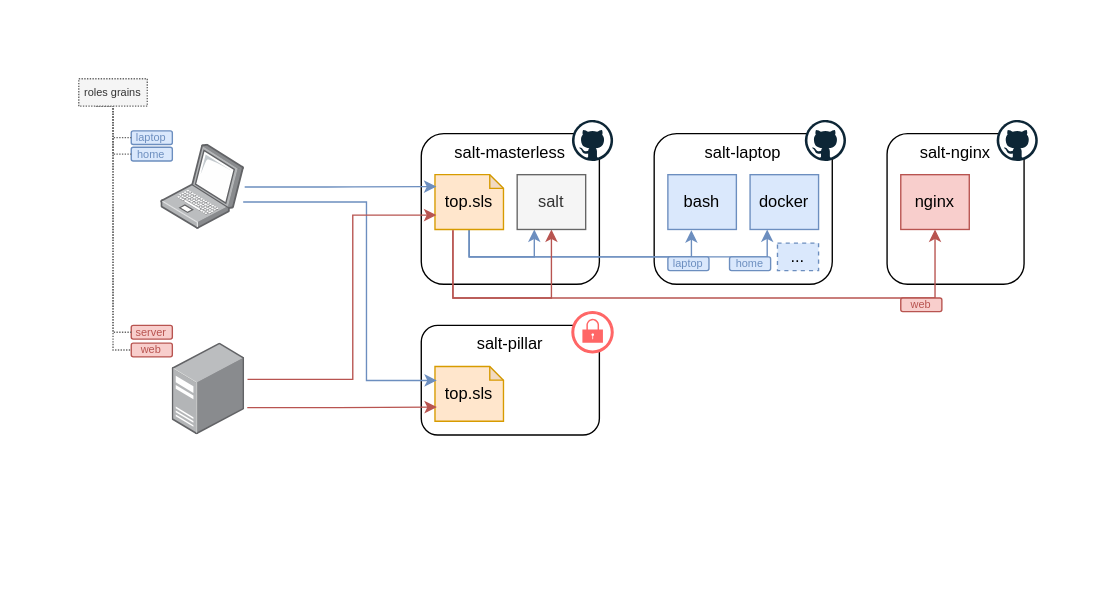
Above: docs/diagram.drawio in ralex/salt-masterless (draw.io), before the change. Source tidied: cells renumbered, new cells numbered last; positions are measured from the earlier drawing's top-left corner, leaving out a move shared by most shapes. Both pictures are drawn from the tidied source at 137%, with x=0, y=0 at pixel (23, 23).
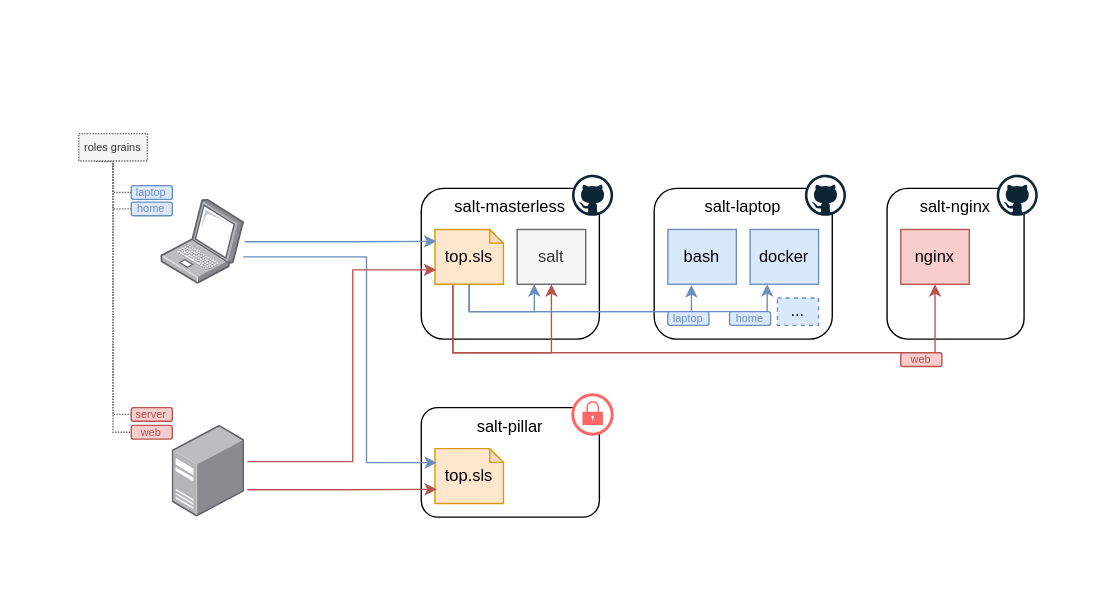
Above is the later version.

The edit, as a diff of the source:
```diff
@@
+    <mxCell id="46" style="group;" parent="1" vertex="1">
+      <mxGeometry y="40" width="780" height="360" as="geometry" />
+    </mxCell>
-    <mxCell id="2" style="rounded=0;whiteSpace=wrap;html=1;shadow=0;glass=0;dashed=1;dashPattern=1 1;sketch=0;fontSize=8;fontColor=#B85450;strokeColor=none;" parent="1" vertex="1">
-      <mxGeometry width="780" height="340" as="geometry" />
+    <mxCell id="2" style="rounded=0;whiteSpace=wrap;html=1;shadow=0;glass=0;dashed=1;dashPattern=1 1;sketch=0;fontSize=8;fontColor=#B85450;strokeColor=none;" parent="46" vertex="1">
+      <mxGeometry width="780" height="360" as="geometry" />
     </mxCell>
-    <mxCell id="3" value="salt-laptop" style="rounded=1;whiteSpace=wrap;html=1;verticalAlign=top;" parent="1" vertex="1">
+    <mxCell id="3" value="salt-laptop" style="rounded=1;whiteSpace=wrap;html=1;verticalAlign=top;" parent="46" vertex="1">
       <mxGeometry x="460" y="80" width="130" height="110" as="geometry" />
     </mxCell>
-    <mxCell id="4" value="..." style="rounded=0;whiteSpace=wrap;html=1;fillColor=#dae8fc;strokeColor=#6c8ebf;dashed=1;" parent="1" vertex="1">
+    <mxCell id="4" value="..." style="rounded=0;whiteSpace=wrap;html=1;fillColor=#dae8fc;strokeColor=#6c8ebf;dashed=1;" parent="46" vertex="1">
       <mxGeometry x="550" y="160" width="30" height="20" as="geometry" />
     </mxCell>
-    <mxCell id="5" style="group;" parent="1" vertex="1">
+    <mxCell id="5" style="group;" parent="46" vertex="1">
       <mxGeometry x="290" y="70" width="140" height="120" as="geometry" />
     </mxCell>
@@
-    <mxCell id="8" style="edgeStyle=orthogonalEdgeStyle;rounded=0;jettySize=auto;html=1;exitX=0.5;exitY=1;exitDx=0;exitDy=0;exitPerimeter=0;entryX=0.25;entryY=1;entryDx=0;entryDy=0;fillColor=#dae8fc;strokeColor=#6c8ebf;" parent="1" edge="1" source="12" target="13">
-      <mxGeometry relative="1" as="geometry" />
-    </mxCell>
-    <mxCell id="9" style="edgeStyle=orthogonalEdgeStyle;rounded=0;jettySize=auto;html=1;exitX=0.5;exitY=1;exitDx=0;exitDy=0;exitPerimeter=0;entryX=0.343;entryY=1.014;entryDx=0;entryDy=0;entryPerimeter=0;fillColor=#dae8fc;strokeColor=#6c8ebf;" parent="1" edge="1" source="12" target="16">
-      <mxGeometry relative="1" as="geometry" />
-    </mxCell>
-    <mxCell id="10" style="edgeStyle=orthogonalEdgeStyle;rounded=0;jettySize=auto;html=1;exitX=0.5;exitY=1;exitDx=0;exitDy=0;exitPerimeter=0;entryX=0.25;entryY=1;entryDx=0;entryDy=0;fillColor=#dae8fc;strokeColor=#6c8ebf;" parent="1" edge="1" source="12" target="17">
-      <mxGeometry relative="1" as="geometry" />
-    </mxCell>
-    <mxCell id="11" style="edgeStyle=elbowEdgeStyle;rounded=0;jettySize=auto;html=1;exitX=0.263;exitY=1.011;exitDx=0;exitDy=0;exitPerimeter=0;entryX=0.5;entryY=1;entryDx=0;entryDy=0;fillColor=#f8cecc;strokeColor=#b85450;" parent="1" edge="1" source="12" target="13">
-      <mxGeometry relative="1" as="geometry">
-        <Array as="points">
-          <mxPoint x="350" y="200" />
-        </Array>
-      </mxGeometry>
-    </mxCell>
-    <mxCell id="12" value="top.sls" style="shape=note;whiteSpace=wrap;html=1;backgroundOutline=1;darkOpacity=0.05;size=10;fillColor=#ffe6cc;strokeColor=#d79b00;" parent="1" vertex="1">
+    <mxCell id="12" value="top.sls" style="shape=note;whiteSpace=wrap;html=1;backgroundOutline=1;darkOpacity=0.05;size=10;fillColor=#ffe6cc;strokeColor=#d79b00;" parent="46" vertex="1">
       <mxGeometry x="300" y="110" width="50" height="40" as="geometry" />
     </mxCell>
-    <mxCell id="13" value="salt" style="rounded=0;whiteSpace=wrap;html=1;fillColor=#f5f5f5;strokeColor=#666666;fontColor=#333333;" parent="1" vertex="1">
+    <mxCell id="13" value="salt" style="rounded=0;whiteSpace=wrap;html=1;fillColor=#f5f5f5;strokeColor=#666666;fontColor=#333333;" parent="46" vertex="1">
       <mxGeometry x="360" y="110" width="50" height="40" as="geometry" />
     </mxCell>
+    <mxCell id="8" style="edgeStyle=orthogonalEdgeStyle;rounded=0;jettySize=auto;html=1;exitX=0.5;exitY=1;exitDx=0;exitDy=0;exitPerimeter=0;entryX=0.25;entryY=1;entryDx=0;entryDy=0;fillColor=#dae8fc;strokeColor=#6c8ebf;" parent="46" edge="1" source="12" target="13">
+      <mxGeometry relative="1" as="geometry" />
+    </mxCell>
+    <mxCell id="11" style="edgeStyle=elbowEdgeStyle;rounded=0;jettySize=auto;html=1;exitX=0.263;exitY=1.011;exitDx=0;exitDy=0;exitPerimeter=0;entryX=0.5;entryY=1;entryDx=0;entryDy=0;fillColor=#f8cecc;strokeColor=#b85450;" parent="46" edge="1" source="12" target="13">
+      <mxGeometry relative="1" as="geometry">
+        <Array as="points">
+          <mxPoint x="350" y="200" />
+        </Array>
+      </mxGeometry>
+    </mxCell>
-    <mxCell id="14" style="group;" parent="1" vertex="1">
+    <mxCell id="14" style="group;" parent="46" vertex="1">
       <mxGeometry x="460" y="70" width="140" height="90" as="geometry" />
     </mxCell>
@@
-    <mxCell id="16" value="bash" style="rounded=0;whiteSpace=wrap;html=1;fillColor=#dae8fc;strokeColor=#6c8ebf;" parent="1" vertex="1">
+    <mxCell id="16" value="bash" style="rounded=0;whiteSpace=wrap;html=1;fillColor=#dae8fc;strokeColor=#6c8ebf;" parent="46" vertex="1">
       <mxGeometry x="470" y="110" width="50" height="40" as="geometry" />
     </mxCell>
+    <mxCell id="9" style="edgeStyle=orthogonalEdgeStyle;rounded=0;jettySize=auto;html=1;exitX=0.5;exitY=1;exitDx=0;exitDy=0;exitPerimeter=0;entryX=0.343;entryY=1.014;entryDx=0;entryDy=0;entryPerimeter=0;fillColor=#dae8fc;strokeColor=#6c8ebf;" parent="46" edge="1" source="12" target="16">
+      <mxGeometry relative="1" as="geometry" />
+    </mxCell>
-    <mxCell id="17" value="docker" style="rounded=0;whiteSpace=wrap;html=1;fillColor=#dae8fc;strokeColor=#6c8ebf;" parent="1" vertex="1">
+    <mxCell id="17" value="docker" style="rounded=0;whiteSpace=wrap;html=1;fillColor=#dae8fc;strokeColor=#6c8ebf;" parent="46" vertex="1">
       <mxGeometry x="530" y="110" width="50" height="40" as="geometry" />
     </mxCell>
+    <mxCell id="10" style="edgeStyle=orthogonalEdgeStyle;rounded=0;jettySize=auto;html=1;exitX=0.5;exitY=1;exitDx=0;exitDy=0;exitPerimeter=0;entryX=0.25;entryY=1;entryDx=0;entryDy=0;fillColor=#dae8fc;strokeColor=#6c8ebf;" parent="46" edge="1" source="12" target="17">
+      <mxGeometry relative="1" as="geometry" />
+    </mxCell>
-    <mxCell id="18" value="salt-pillar" style="rounded=1;whiteSpace=wrap;html=1;verticalAlign=top;" parent="1" vertex="1">
-      <mxGeometry x="290" y="220" width="130" height="80" as="geometry" />
+    <mxCell id="18" value="salt-pillar" style="rounded=1;whiteSpace=wrap;html=1;verticalAlign=top;" parent="46" vertex="1">
+      <mxGeometry x="290" y="240" width="130" height="80" as="geometry" />
     </mxCell>
-    <mxCell id="19" style="group;" parent="1" vertex="1">
-      <mxGeometry x="400" y="210" width="30" height="30" as="geometry" />
+    <mxCell id="19" style="group;" parent="46" vertex="1">
+      <mxGeometry x="400" y="230" width="30" height="30" as="geometry" />
     </mxCell>
@@
-    <mxCell id="22" value="top.sls" style="shape=note;whiteSpace=wrap;html=1;backgroundOutline=1;darkOpacity=0.05;size=10;fillColor=#ffe6cc;strokeColor=#d79b00;" parent="1" vertex="1">
-      <mxGeometry x="300" y="250" width="50" height="40" as="geometry" />
+    <mxCell id="22" value="top.sls" style="shape=note;whiteSpace=wrap;html=1;backgroundOutline=1;darkOpacity=0.05;size=10;fillColor=#ffe6cc;strokeColor=#d79b00;" parent="46" vertex="1">
+      <mxGeometry x="300" y="270" width="50" height="40" as="geometry" />
     </mxCell>
-    <mxCell id="23" style="points=[];html=1;align=center;shadow=0;dashed=0;image;image=img/lib/allied_telesis/computer_and_terminals/Laptop.svg;" parent="1" vertex="1">
+    <mxCell id="23" style="points=[];html=1;align=center;shadow=0;dashed=0;image;image=img/lib/allied_telesis/computer_and_terminals/Laptop.svg;" parent="46" vertex="1">
       <mxGeometry x="100" y="88" width="61.1" height="62" as="geometry" />
     </mxCell>
-    <mxCell id="24" style="endArrow=classic;html=1;entryX=0.02;entryY=0.217;entryDx=0;entryDy=0;entryPerimeter=0;fillColor=#dae8fc;strokeColor=#6c8ebf;edgeStyle=elbowEdgeStyle;" parent="1" edge="1" source="23" target="12">
+    <mxCell id="24" style="endArrow=classic;html=1;entryX=0.02;entryY=0.217;entryDx=0;entryDy=0;entryPerimeter=0;fillColor=#dae8fc;strokeColor=#6c8ebf;edgeStyle=elbowEdgeStyle;" parent="46" edge="1" source="23" target="12">
       <mxGeometry relative="1" as="geometry" />
     </mxCell>
-    <mxCell id="25" style="endArrow=classic;html=1;entryX=0.027;entryY=0.255;entryDx=0;entryDy=0;entryPerimeter=0;exitX=0.982;exitY=0.677;exitDx=0;exitDy=0;exitPerimeter=0;fillColor=#dae8fc;strokeColor=#6c8ebf;edgeStyle=elbowEdgeStyle;rounded=0;" parent="1" edge="1" source="23" target="22">
+    <mxCell id="25" style="endArrow=classic;html=1;entryX=0.027;entryY=0.255;entryDx=0;entryDy=0;entryPerimeter=0;exitX=0.982;exitY=0.677;exitDx=0;exitDy=0;exitPerimeter=0;fillColor=#dae8fc;strokeColor=#6c8ebf;edgeStyle=elbowEdgeStyle;rounded=0;" parent="46" edge="1" source="23" target="22">
       <mxGeometry relative="1" as="geometry">
         <Array as="points">
           <mxPoint x="250" y="190" />
         </Array>
       </mxGeometry>
     </mxCell>
-    <mxCell id="26" style="points=[];html=1;align=center;shadow=0;dashed=0;image;image=img/lib/allied_telesis/computer_and_terminals/Server_Desktop.svg;" parent="1" vertex="1">
-      <mxGeometry x="108.3" y="233" width="52.9" height="67" as="geometry" />
+    <mxCell id="26" style="points=[];html=1;align=center;shadow=0;dashed=0;image;image=img/lib/allied_telesis/computer_and_terminals/Server_Desktop.svg;" parent="46" vertex="1">
+      <mxGeometry x="108.3" y="253" width="52.9" height="67" as="geometry" />
     </mxCell>
-    <mxCell id="27" style="endArrow=classic;html=1;edgeStyle=elbowEdgeStyle;entryX=0.027;entryY=0.741;entryDx=0;entryDy=0;entryPerimeter=0;rounded=0;fillColor=#f8cecc;strokeColor=#b85450;" parent="1" edge="1" target="22">
+    <mxCell id="27" style="endArrow=classic;html=1;edgeStyle=elbowEdgeStyle;entryX=0.027;entryY=0.741;entryDx=0;entryDy=0;entryPerimeter=0;rounded=0;fillColor=#f8cecc;strokeColor=#b85450;" parent="46" edge="1" target="22">
       <mxGeometry relative="1" as="geometry">
-        <mxPoint x="163" y="280" as="sourcePoint" />
+        <mxPoint x="163" y="300" as="sourcePoint" />
         <Array as="points">
-          <mxPoint x="230" y="240" />
-          <mxPoint x="210" y="240" />
+          <mxPoint x="230" y="260" />
+          <mxPoint x="210" y="260" />
         </Array>
       </mxGeometry>
     </mxCell>
-    <mxCell id="28" style="endArrow=classic;html=1;exitX=1.037;exitY=0.395;exitDx=0;exitDy=0;exitPerimeter=0;entryX=0.019;entryY=0.737;entryDx=0;entryDy=0;entryPerimeter=0;rounded=0;edgeStyle=elbowEdgeStyle;fillColor=#f8cecc;strokeColor=#b85450;" parent="1" edge="1" source="26" target="12">
+    <mxCell id="28" style="endArrow=classic;html=1;exitX=1.037;exitY=0.395;exitDx=0;exitDy=0;exitPerimeter=0;entryX=0.019;entryY=0.737;entryDx=0;entryDy=0;entryPerimeter=0;rounded=0;edgeStyle=elbowEdgeStyle;fillColor=#f8cecc;strokeColor=#b85450;" parent="46" edge="1" source="26" target="12">
       <mxGeometry relative="1" as="geometry">
         <Array as="points">
           <mxPoint x="240" y="200" />
           <mxPoint x="210" y="140" />
           <mxPoint x="210" y="170" />
         </Array>
       </mxGeometry>
     </mxCell>
-    <mxCell id="29" value="salt-nginx" style="rounded=1;whiteSpace=wrap;html=1;verticalAlign=top;" parent="1" vertex="1">
+    <mxCell id="29" value="salt-nginx" style="rounded=1;whiteSpace=wrap;html=1;verticalAlign=top;" parent="46" vertex="1">
       <mxGeometry x="630" y="80" width="100" height="110" as="geometry" />
     </mxCell>
-    <mxCell id="30" style="group;" parent="1" vertex="1">
+    <mxCell id="30" style="group;" parent="46" vertex="1">
       <mxGeometry x="600" y="70" width="140" height="90" as="geometry" />
     </mxCell>
@@
-    <mxCell id="32" value="nginx" style="rounded=0;whiteSpace=wrap;html=1;fillColor=#f8cecc;strokeColor=#b85450;" parent="1" vertex="1">
+    <mxCell id="32" value="nginx" style="rounded=0;whiteSpace=wrap;html=1;fillColor=#f8cecc;strokeColor=#b85450;" parent="46" vertex="1">
       <mxGeometry x="640" y="110" width="50" height="40" as="geometry" />
     </mxCell>
-    <mxCell id="33" style="edgeStyle=elbowEdgeStyle;rounded=0;jettySize=auto;html=1;exitX=0.261;exitY=1.02;exitDx=0;exitDy=0;exitPerimeter=0;entryX=0.5;entryY=1;entryDx=0;entryDy=0;fillColor=#f8cecc;strokeColor=#b85450;" parent="1" edge="1" source="12" target="32">
+    <mxCell id="33" style="edgeStyle=elbowEdgeStyle;rounded=0;jettySize=auto;html=1;exitX=0.261;exitY=1.02;exitDx=0;exitDy=0;exitPerimeter=0;entryX=0.5;entryY=1;entryDx=0;entryDy=0;fillColor=#f8cecc;strokeColor=#b85450;" parent="46" edge="1" source="12" target="32">
       <mxGeometry relative="1" as="geometry">
         <Array as="points">
           <mxPoint x="380" y="200" />
         </Array>
       </mxGeometry>
     </mxCell>
-    <mxCell id="34" value="laptop" style="rounded=1;whiteSpace=wrap;html=1;fillColor=#dae8fc;strokeColor=#6c8ebf;fontColor=#6C8EBF;fontSize=8;glass=0;shadow=0;sketch=0;" parent="1" vertex="1">
+    <mxCell id="34" value="laptop" style="rounded=1;whiteSpace=wrap;html=1;fillColor=#dae8fc;strokeColor=#6c8ebf;fontColor=#6C8EBF;fontSize=8;glass=0;shadow=0;sketch=0;" parent="46" vertex="1">
       <mxGeometry x="78.3" y="78" width="30" height="10" as="geometry" />
     </mxCell>
-    <mxCell id="35" value="home" style="rounded=1;whiteSpace=wrap;html=1;fillColor=#dae8fc;strokeColor=#6c8ebf;fontColor=#6C8EBF;fontSize=8;" parent="1" vertex="1">
+    <mxCell id="35" value="home" style="rounded=1;whiteSpace=wrap;html=1;fillColor=#dae8fc;strokeColor=#6c8ebf;fontColor=#6C8EBF;fontSize=8;" parent="46" vertex="1">
       <mxGeometry x="78.3" y="90" width="30" height="10" as="geometry" />
     </mxCell>
-    <mxCell id="36" value="server" style="rounded=1;whiteSpace=wrap;html=1;fillColor=#f8cecc;strokeColor=#b85450;fontSize=8;fontColor=#B85450;" parent="1" vertex="1">
-      <mxGeometry x="78.3" y="220" width="30" height="10" as="geometry" />
+    <mxCell id="36" value="server" style="rounded=1;whiteSpace=wrap;html=1;fillColor=#f8cecc;strokeColor=#b85450;fontSize=8;fontColor=#B85450;" parent="46" vertex="1">
+      <mxGeometry x="78.3" y="240" width="30" height="10" as="geometry" />
     </mxCell>
-    <mxCell id="37" value="web" style="rounded=1;whiteSpace=wrap;html=1;fillColor=#f8cecc;strokeColor=#b85450;fontSize=8;fontColor=#B85450;" parent="1" vertex="1">
-      <mxGeometry x="78.3" y="233" width="30" height="10" as="geometry" />
+    <mxCell id="37" value="web" style="rounded=1;whiteSpace=wrap;html=1;fillColor=#f8cecc;strokeColor=#b85450;fontSize=8;fontColor=#B85450;" parent="46" vertex="1">
+      <mxGeometry x="78.3" y="253" width="30" height="10" as="geometry" />
     </mxCell>
-    <mxCell id="38" value="laptop" style="rounded=1;whiteSpace=wrap;html=1;fillColor=#dae8fc;strokeColor=#6c8ebf;fontColor=#6C8EBF;fontSize=8;" parent="1" vertex="1">
+    <mxCell id="38" value="laptop" style="rounded=1;whiteSpace=wrap;html=1;fillColor=#dae8fc;strokeColor=#6c8ebf;fontColor=#6C8EBF;fontSize=8;" parent="46" vertex="1">
       <mxGeometry x="470" y="170" width="30" height="10" as="geometry" />
     </mxCell>
-    <mxCell id="39" value="home" style="rounded=1;whiteSpace=wrap;html=1;fillColor=#dae8fc;strokeColor=#6c8ebf;fontColor=#6C8EBF;fontSize=8;" parent="1" vertex="1">
+    <mxCell id="39" value="home" style="rounded=1;whiteSpace=wrap;html=1;fillColor=#dae8fc;strokeColor=#6c8ebf;fontColor=#6C8EBF;fontSize=8;" parent="46" vertex="1">
       <mxGeometry x="515" y="170" width="30" height="10" as="geometry" />
     </mxCell>
-    <mxCell id="40" value="web" style="rounded=1;whiteSpace=wrap;html=1;fillColor=#f8cecc;strokeColor=#b85450;fontSize=8;fontColor=#B85450;" parent="1" vertex="1">
+    <mxCell id="40" value="web" style="rounded=1;whiteSpace=wrap;html=1;fillColor=#f8cecc;strokeColor=#b85450;fontSize=8;fontColor=#B85450;" parent="46" vertex="1">
       <mxGeometry x="640" y="200" width="30" height="10" as="geometry" />
     </mxCell>
-    <mxCell id="41" style="edgeStyle=elbowEdgeStyle;rounded=0;jettySize=auto;html=1;exitX=0.25;exitY=1;exitDx=0;exitDy=0;entryX=0;entryY=0.5;entryDx=0;entryDy=0;fontSize=8;fontColor=#B85450;endArrow=none;endFill=0;dashed=1;dashPattern=1 1;strokeColor=#666666;" parent="1" edge="1" source="45" target="34">
+    <mxCell id="41" style="edgeStyle=elbowEdgeStyle;rounded=0;jettySize=auto;html=1;exitX=0.25;exitY=1;exitDx=0;exitDy=0;entryX=0;entryY=0.5;entryDx=0;entryDy=0;fontSize=8;fontColor=#B85450;endArrow=none;endFill=0;dashed=1;dashPattern=1 1;strokeColor=#666666;" parent="46" edge="1" source="45" target="34">
       <mxGeometry relative="1" as="geometry" />
     </mxCell>
-    <mxCell id="42" style="edgeStyle=elbowEdgeStyle;rounded=0;jettySize=auto;html=1;exitX=0.25;exitY=1;exitDx=0;exitDy=0;entryX=0;entryY=0.5;entryDx=0;entryDy=0;fontSize=8;fontColor=#B85450;endArrow=none;endFill=0;dashed=1;dashPattern=1 1;strokeColor=#666666;" parent="1" edge="1" source="45" target="35">
+    <mxCell id="42" style="edgeStyle=elbowEdgeStyle;rounded=0;jettySize=auto;html=1;exitX=0.25;exitY=1;exitDx=0;exitDy=0;entryX=0;entryY=0.5;entryDx=0;entryDy=0;fontSize=8;fontColor=#B85450;endArrow=none;endFill=0;dashed=1;dashPattern=1 1;strokeColor=#666666;" parent="46" edge="1" source="45" target="35">
       <mxGeometry relative="1" as="geometry" />
     </mxCell>
-    <mxCell id="43" style="edgeStyle=elbowEdgeStyle;rounded=0;jettySize=auto;html=1;exitX=0.25;exitY=1;exitDx=0;exitDy=0;entryX=0;entryY=0.5;entryDx=0;entryDy=0;fontSize=8;fontColor=#B85450;endArrow=none;endFill=0;dashed=1;dashPattern=1 1;strokeColor=#666666;" parent="1" edge="1" source="45" target="36">
+    <mxCell id="43" style="edgeStyle=elbowEdgeStyle;rounded=0;jettySize=auto;html=1;exitX=0.25;exitY=1;exitDx=0;exitDy=0;entryX=0;entryY=0.5;entryDx=0;entryDy=0;fontSize=8;fontColor=#B85450;endArrow=none;endFill=0;dashed=1;dashPattern=1 1;strokeColor=#666666;" parent="46" edge="1" source="45" target="36">
       <mxGeometry relative="1" as="geometry" />
     </mxCell>
-    <mxCell id="44" style="edgeStyle=elbowEdgeStyle;rounded=0;jettySize=auto;html=1;exitX=0.25;exitY=1;exitDx=0;exitDy=0;entryX=0;entryY=0.5;entryDx=0;entryDy=0;fontSize=8;fontColor=#B85450;endArrow=none;endFill=0;dashed=1;dashPattern=1 1;strokeColor=#666666;" parent="1" edge="1" source="45" target="37">
+    <mxCell id="44" style="edgeStyle=elbowEdgeStyle;rounded=0;jettySize=auto;html=1;exitX=0.25;exitY=1;exitDx=0;exitDy=0;entryX=0;entryY=0.5;entryDx=0;entryDy=0;fontSize=8;fontColor=#B85450;endArrow=none;endFill=0;dashed=1;dashPattern=1 1;strokeColor=#666666;" parent="46" edge="1" source="45" target="37">
       <mxGeometry relative="1" as="geometry" />
     </mxCell>
-    <mxCell id="45" value="roles grains" style="text;html=1;strokeColor=#666666;fillColor=#f5f5f5;align=center;verticalAlign=middle;whiteSpace=wrap;rounded=0;fontSize=8;fontColor=#333333;dashed=1;dashPattern=1 1;" parent="1" vertex="1">
+    <mxCell id="45" value="roles grains" style="text;html=1;strokeColor=#666666;fillColor=#f5f5f5;align=center;verticalAlign=middle;whiteSpace=wrap;rounded=0;fontSize=8;fontColor=#333333;dashed=1;dashPattern=1 1;" parent="46" vertex="1">
       <mxGeometry x="40" y="40" width="50" height="20" as="geometry" />
     </mxCell>
```
